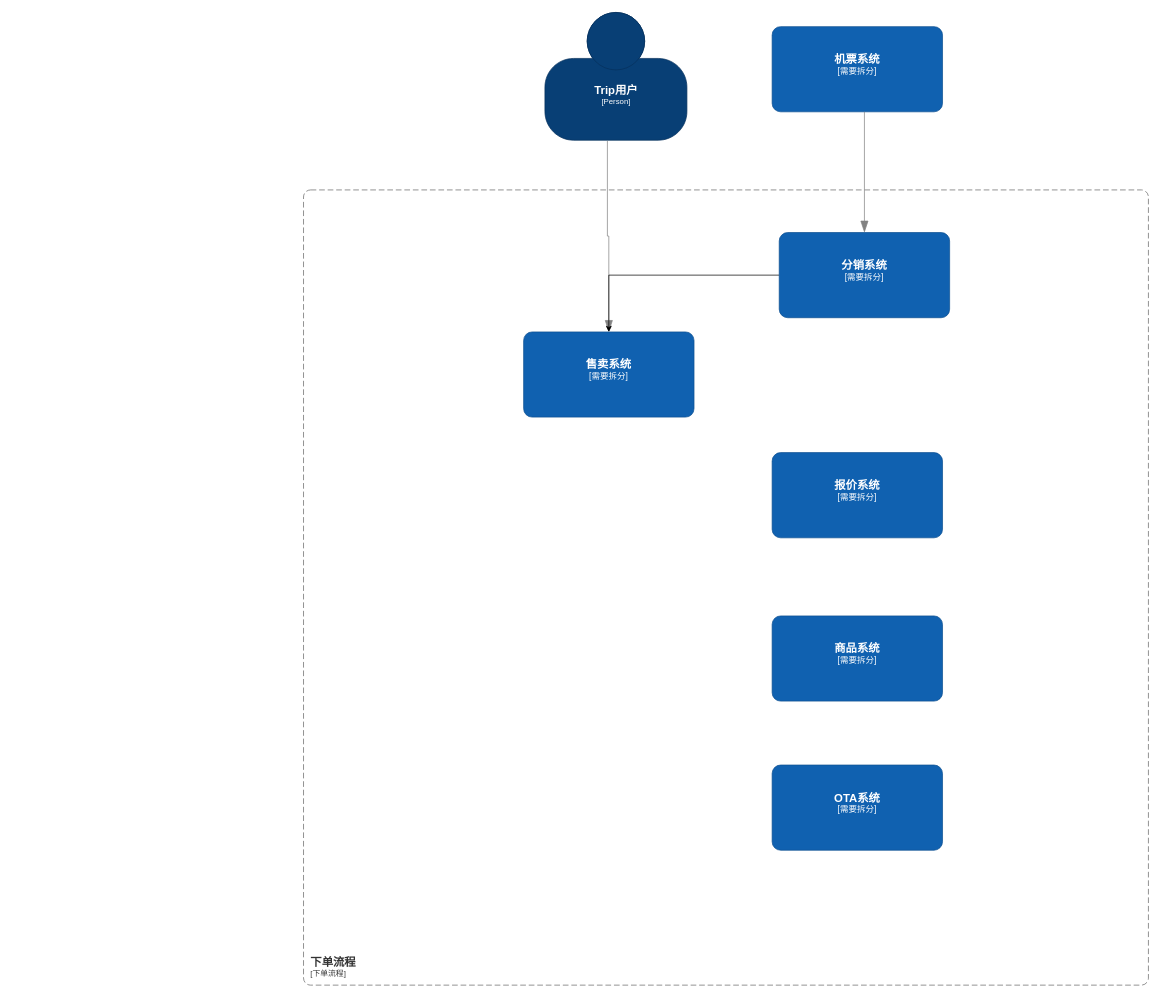
Before: Untitled Diagram.drawio in leonwcy/test, a draw.io diagram. Source tidied: cells renumbered, new cells numbered last; positions are measured from the earlier drawing's top-left corner, leaving out a move shared by most shapes. Both pictures are drawn from the tidied source at 71%, with x=0, y=0 at pixel (303, 12).
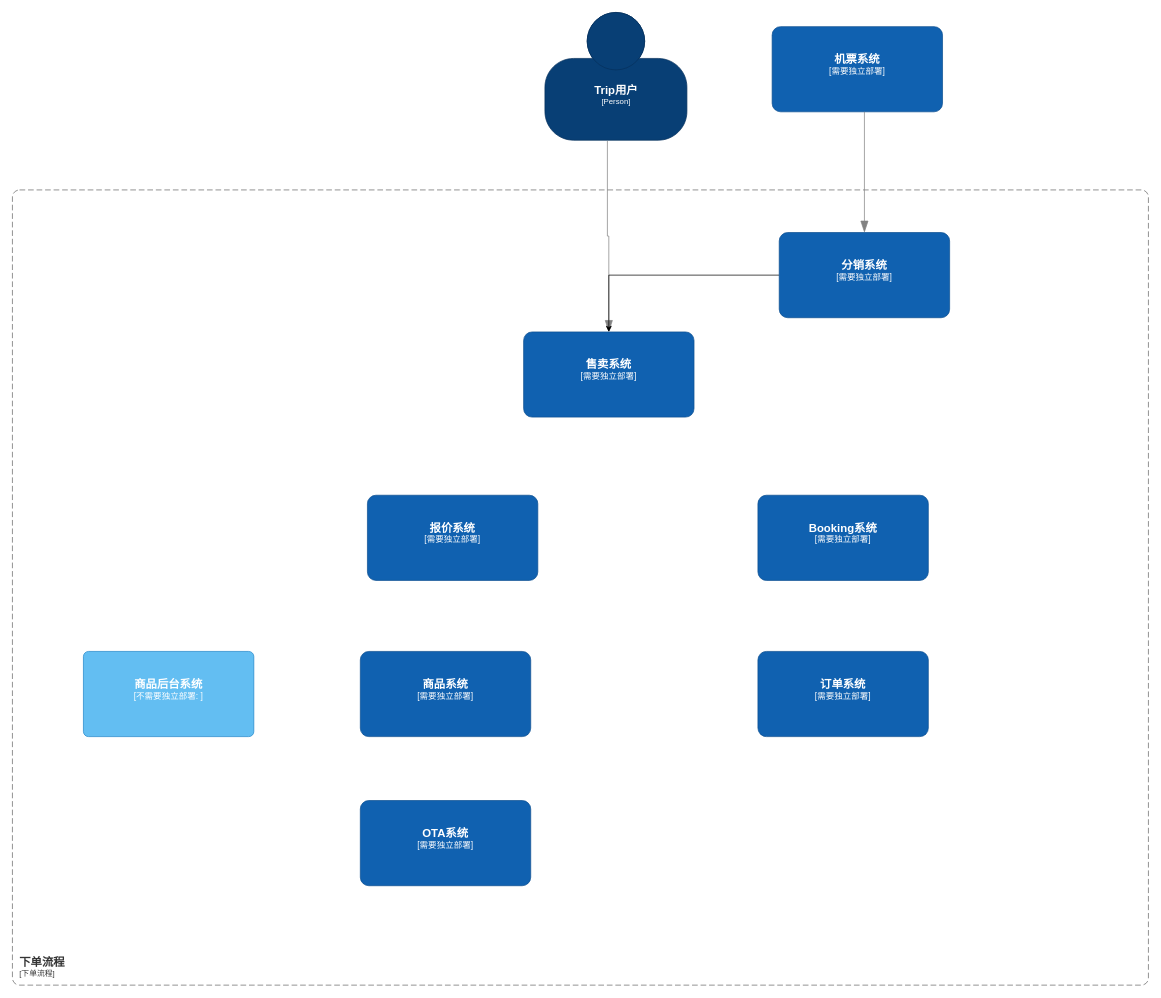
Above is the later version.

Diff of the diagram source:
```diff
@@
-    <object id="3" label="&lt;font style=&quot;font-size: 16px&quot;&gt;&lt;b&gt;%c4Name%&lt;/b&gt;&lt;/font&gt;&lt;div&gt;[%c4Type%]&lt;/div&gt;&lt;br&gt;&lt;div&gt;&lt;font style=&quot;font-size: 11px&quot;&gt;&lt;font color=&quot;#cccccc&quot;&gt;%c4Description%&lt;/font&gt;&lt;/div&gt;" c4Description="" c4Name="售卖系统" c4Type="需要拆分" placeholders="1">
+    <object id="3" label="&lt;font style=&quot;font-size: 16px&quot;&gt;&lt;b&gt;%c4Name%&lt;/b&gt;&lt;/font&gt;&lt;div&gt;[%c4Type%]&lt;/div&gt;&lt;br&gt;&lt;div&gt;&lt;font style=&quot;font-size: 11px&quot;&gt;&lt;font color=&quot;#cccccc&quot;&gt;%c4Description%&lt;/font&gt;&lt;/div&gt;" c4Description="" c4Name="售卖系统" c4Type="需要独立部署" placeholders="1">
       <mxCell style="rounded=1;whiteSpace=wrap;html=1;labelBackgroundColor=none;fillColor=#1061B0;fontColor=#ffffff;align=center;arcSize=10;strokeColor=#0D5091;points=[[0.25,0,0],[0.5,0,0],[0.75,0,0],[1,0.25,0],[1,0.5,0],[1,0.75,0],[0.75,1,0],[0.5,1,0],[0.25,1,0],[0,0.75,0],[0,0.5,0],[0,0.25,0]];" parent="1" vertex="1">
         <mxGeometry x="310" y="450" width="240" height="120" as="geometry" />
       </mxCell>
     </object>
@@
     <object id="5" label="&lt;font style=&quot;font-size: 16px&quot;&gt;&lt;b&gt;&lt;div style=&quot;text-align: left&quot;&gt;%c4Name%&lt;/div&gt;&lt;/b&gt;&lt;/font&gt;&lt;div style=&quot;text-align: left&quot;&gt;[%c4Application%]&lt;/div&gt;" c4Application="下单流程" c4Name="下单流程" placeholders="1">
       <mxCell style="rounded=1;fontSize=11;whiteSpace=wrap;html=1;dashed=1;arcSize=20;fillColor=none;strokeColor=#666666;fontColor=#333333;labelBackgroundColor=none;align=left;verticalAlign=bottom;labelBorderColor=none;spacingTop=0;spacing=10;dashPattern=8 4;perimeter=rectanglePerimeter;noLabel=0;labelPadding=0;absoluteArcSize=1;" parent="1" vertex="1">
-        <mxGeometry y="250" width="1190" height="1120" as="geometry" />
+        <mxGeometry x="-410" y="250" width="1600" height="1120" as="geometry" />
       </mxCell>
     </object>
-    <object id="6" label="&lt;font style=&quot;font-size: 16px&quot;&gt;&lt;b&gt;%c4Name%&lt;/b&gt;&lt;/font&gt;&lt;div&gt;[%c4Type%]&lt;/div&gt;&lt;br&gt;&lt;div&gt;&lt;font style=&quot;font-size: 11px&quot;&gt;&lt;font color=&quot;#cccccc&quot;&gt;%c4Description%&lt;/font&gt;&lt;/div&gt;" c4Description="" c4Name="报价系统" c4Type="需要拆分" placeholders="1">
+    <object id="6" label="&lt;font style=&quot;font-size: 16px&quot;&gt;&lt;b&gt;%c4Name%&lt;/b&gt;&lt;/font&gt;&lt;div&gt;[%c4Type%]&lt;/div&gt;&lt;br&gt;&lt;div&gt;&lt;font style=&quot;font-size: 11px&quot;&gt;&lt;font color=&quot;#cccccc&quot;&gt;%c4Description%&lt;/font&gt;&lt;/div&gt;" c4Description="" c4Name="报价系统" c4Type="需要独立部署" placeholders="1">
       <mxCell style="rounded=1;whiteSpace=wrap;html=1;labelBackgroundColor=none;fillColor=#1061B0;fontColor=#ffffff;align=center;arcSize=10;strokeColor=#0D5091;" parent="1" vertex="1">
-        <mxGeometry x="660" y="620" width="240" height="120" as="geometry" />
+        <mxGeometry x="90" y="680" width="240" height="120" as="geometry" />
       </mxCell>
     </object>
-    <object id="7" label="&lt;font style=&quot;font-size: 16px&quot;&gt;&lt;b&gt;%c4Name%&lt;/b&gt;&lt;/font&gt;&lt;div&gt;[%c4Type%]&lt;/div&gt;&lt;br&gt;&lt;div&gt;&lt;font style=&quot;font-size: 11px&quot;&gt;&lt;font color=&quot;#cccccc&quot;&gt;%c4Description%&lt;/font&gt;&lt;/div&gt;" c4Description="" c4Name="商品系统" c4Type="需要拆分" placeholders="1">
+    <object id="7" label="&lt;font style=&quot;font-size: 16px&quot;&gt;&lt;b&gt;%c4Name%&lt;/b&gt;&lt;/font&gt;&lt;div&gt;[%c4Type%]&lt;/div&gt;&lt;br&gt;&lt;div&gt;&lt;font style=&quot;font-size: 11px&quot;&gt;&lt;font color=&quot;#cccccc&quot;&gt;%c4Description%&lt;/font&gt;&lt;/div&gt;" c4Description="" c4Name="商品系统" c4Type="需要独立部署" placeholders="1">
       <mxCell style="rounded=1;whiteSpace=wrap;html=1;labelBackgroundColor=none;fillColor=#1061B0;fontColor=#ffffff;align=center;arcSize=10;strokeColor=#0D5091;" parent="1" vertex="1">
-        <mxGeometry x="660" y="850" width="240" height="120" as="geometry" />
+        <mxGeometry x="80" y="900" width="240" height="120" as="geometry" />
       </mxCell>
     </object>
-    <object id="8" label="&lt;font style=&quot;font-size: 16px&quot;&gt;&lt;b&gt;%c4Name%&lt;/b&gt;&lt;/font&gt;&lt;div&gt;[%c4Type%]&lt;/div&gt;&lt;br&gt;&lt;div&gt;&lt;font style=&quot;font-size: 11px&quot;&gt;&lt;font color=&quot;#cccccc&quot;&gt;%c4Description%&lt;/font&gt;&lt;/div&gt;" c4Description="" c4Name="OTA系统" c4Type="需要拆分" placeholders="1">
+    <object id="8" label="&lt;font style=&quot;font-size: 16px&quot;&gt;&lt;b&gt;%c4Name%&lt;/b&gt;&lt;/font&gt;&lt;div&gt;[%c4Type%]&lt;/div&gt;&lt;br&gt;&lt;div&gt;&lt;font style=&quot;font-size: 11px&quot;&gt;&lt;font color=&quot;#cccccc&quot;&gt;%c4Description%&lt;/font&gt;&lt;/div&gt;" c4Description="" c4Name="OTA系统" c4Type="需要独立部署" placeholders="1">
       <mxCell style="rounded=1;whiteSpace=wrap;html=1;labelBackgroundColor=none;fillColor=#1061B0;fontColor=#ffffff;align=center;arcSize=10;strokeColor=#0D5091;" parent="1" vertex="1">
-        <mxGeometry x="660" y="1060" width="240" height="120" as="geometry" />
+        <mxGeometry x="80" y="1110" width="240" height="120" as="geometry" />
       </mxCell>
     </object>
@@
-    <object id="10" label="&lt;font style=&quot;font-size: 16px&quot;&gt;&lt;b&gt;%c4Name%&lt;/b&gt;&lt;/font&gt;&lt;div&gt;[%c4Type%]&lt;/div&gt;&lt;br&gt;&lt;div&gt;&lt;font style=&quot;font-size: 11px&quot;&gt;&lt;font color=&quot;#cccccc&quot;&gt;%c4Description%&lt;/font&gt;&lt;/div&gt;" c4Description="" c4Name="分销系统" c4Type="需要拆分" placeholders="1">
+    <object id="10" label="&lt;font style=&quot;font-size: 16px&quot;&gt;&lt;b&gt;%c4Name%&lt;/b&gt;&lt;/font&gt;&lt;div&gt;[%c4Type%]&lt;/div&gt;&lt;br&gt;&lt;div&gt;&lt;font style=&quot;font-size: 11px&quot;&gt;&lt;font color=&quot;#cccccc&quot;&gt;%c4Description%&lt;/font&gt;&lt;/div&gt;" c4Description="" c4Name="分销系统" c4Type="需要独立部署" placeholders="1">
       <mxCell style="rounded=1;whiteSpace=wrap;html=1;labelBackgroundColor=none;fillColor=#1061B0;fontColor=#ffffff;align=center;arcSize=10;strokeColor=#0D5091;points=[[0.25,0,0],[0.5,0,0],[0.75,0,0],[1,0.25,0],[1,0.5,0],[1,0.75,0],[0.75,1,0],[0.5,1,0],[0.25,1,0],[0,0.75,0],[0,0.5,0],[0,0.25,0]];" parent="1" vertex="1">
         <mxGeometry x="670" y="310" width="240" height="120" as="geometry" />
       </mxCell>
     </object>
-    <object id="11" label="&lt;font style=&quot;font-size: 16px&quot;&gt;&lt;b&gt;%c4Name%&lt;/b&gt;&lt;/font&gt;&lt;div&gt;[%c4Type%]&lt;/div&gt;&lt;br&gt;&lt;div&gt;&lt;font style=&quot;font-size: 11px&quot;&gt;&lt;font color=&quot;#cccccc&quot;&gt;%c4Description%&lt;/font&gt;&lt;/div&gt;" c4Description="" c4Name="机票系统" c4Type="需要拆分" placeholders="1">
+    <object id="11" label="&lt;font style=&quot;font-size: 16px&quot;&gt;&lt;b&gt;%c4Name%&lt;/b&gt;&lt;/font&gt;&lt;div&gt;[%c4Type%]&lt;/div&gt;&lt;br&gt;&lt;div&gt;&lt;font style=&quot;font-size: 11px&quot;&gt;&lt;font color=&quot;#cccccc&quot;&gt;%c4Description%&lt;/font&gt;&lt;/div&gt;" c4Description="" c4Name="机票系统" c4Type="需要独立部署" placeholders="1">
       <mxCell style="rounded=1;whiteSpace=wrap;html=1;labelBackgroundColor=none;fillColor=#1061B0;fontColor=#ffffff;align=center;arcSize=10;strokeColor=#0D5091;points=[[0.25,0,0],[0.5,0,0],[0.75,0,0],[1,0.25,0],[1,0.5,0],[1,0.75,0],[0.75,1,0],[0.5,1,0],[0.25,1,0],[0,0.75,0],[0,0.5,0],[0,0.25,0]];" parent="1" vertex="1">
         <mxGeometry x="660" y="20" width="240" height="120" as="geometry" />
       </mxCell>
     </object>
@@
+    <object id="13" label="&lt;font style=&quot;font-size: 16px&quot;&gt;&lt;b&gt;%c4Name%&lt;/b&gt;&lt;/font&gt;&lt;div&gt;[%c4Type%]&lt;/div&gt;&lt;br&gt;&lt;div&gt;&lt;font style=&quot;font-size: 11px&quot;&gt;&lt;font color=&quot;#cccccc&quot;&gt;%c4Description%&lt;/font&gt;&lt;/div&gt;" c4Description="" c4Name="Booking系统" c4Type="需要独立部署" placeholders="1">
+      <mxCell style="rounded=1;whiteSpace=wrap;html=1;labelBackgroundColor=none;fillColor=#1061B0;fontColor=#ffffff;align=center;arcSize=10;strokeColor=#0D5091;" parent="1" vertex="1">
+        <mxGeometry x="640" y="680" width="240" height="120" as="geometry" />
+      </mxCell>
+    </object>
+    <object id="14" label="&lt;font style=&quot;font-size: 16px&quot;&gt;&lt;b&gt;%c4Name%&lt;/b&gt;&lt;/font&gt;&lt;div&gt;[%c4Type%]&lt;/div&gt;&lt;br&gt;&lt;div&gt;&lt;font style=&quot;font-size: 11px&quot;&gt;&lt;font color=&quot;#cccccc&quot;&gt;%c4Description%&lt;/font&gt;&lt;/div&gt;" c4Description="" c4Name="订单系统" c4Type="需要独立部署" placeholders="1">
+      <mxCell style="rounded=1;whiteSpace=wrap;html=1;labelBackgroundColor=none;fillColor=#1061B0;fontColor=#ffffff;align=center;arcSize=10;strokeColor=#0D5091;" parent="1" vertex="1">
+        <mxGeometry x="640" y="900" width="240" height="120" as="geometry" />
+      </mxCell>
+    </object>
+    <object id="15" label="&lt;font style=&quot;font-size: 16px&quot;&gt;&lt;b&gt;%c4Name%&lt;/b&gt;&lt;/font&gt;&lt;div&gt;[%c4Type%: %c4Technology%]&lt;/div&gt;&lt;br&gt;&lt;div&gt;&lt;font style=&quot;font-size: 11px&quot;&gt;%c4Description%&lt;/font&gt;&lt;/div&gt;" c4Description="" c4Name="商品后台系统" c4Technology="" c4Type="不需要独立部署" placeholders="1">
+      <mxCell style="rounded=1;whiteSpace=wrap;html=1;labelBackgroundColor=none;fillColor=#63BEF2;fontColor=#ffffff;align=center;arcSize=6;strokeColor=#2086C9;" parent="1" vertex="1">
+        <mxGeometry x="-310" y="900" width="240" height="120" as="geometry" />
+      </mxCell>
+    </object>
```
